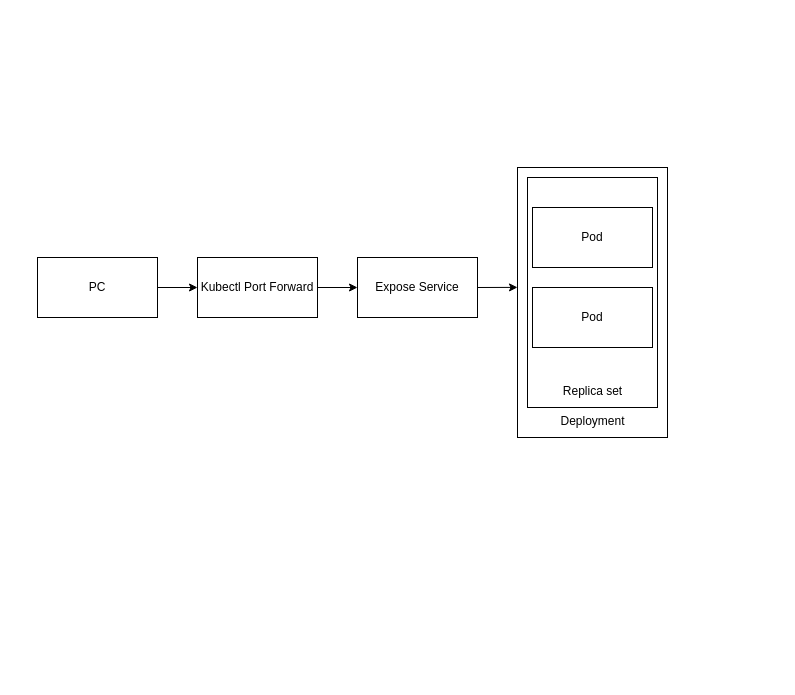
Krylovv/2022_2023-introduction_to_distributed_technologies-k4110c-krylov_a_e keeps this draw.io diagram as lab2/Диаграмма без названия.drawio. Above is the earlier version. Source tidied: cells renumbered, new cells numbered last; positions are measured from the earlier drawing's top-left corner, leaving out a move shared by most shapes. Both pictures are drawn from the tidied source at 100%, with x=0, y=0 at pixel (37, 167).
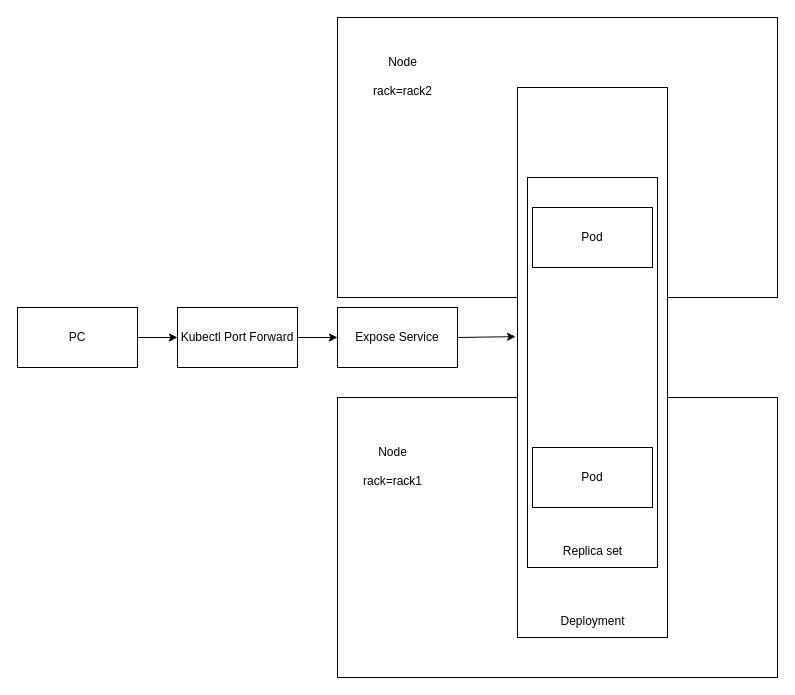
The same page after the edit.

What changed in the source:
```diff
@@
 <mxGraphModel>
   <root>
     <mxCell id="0" />
     <mxCell id="1" parent="0" />
+    <mxCell id="14" style="rounded=0;whiteSpace=wrap;html=1;" parent="1" vertex="1">
+      <mxGeometry x="300" y="-150" width="440" height="280" as="geometry" />
+    </mxCell>
+    <mxCell id="15" style="rounded=0;whiteSpace=wrap;html=1;" parent="1" vertex="1">
+      <mxGeometry x="300" y="230" width="440" height="280" as="geometry" />
+    </mxCell>
     <mxCell id="2" value="&lt;p style=&quot;line-height: 120%;&quot;&gt;&lt;br&gt;&lt;/p&gt;" style="rounded=0;whiteSpace=wrap;html=1;align=left;" parent="1" vertex="1">
-      <mxGeometry x="480" width="150" height="270" as="geometry" />
+      <mxGeometry x="480" y="-80" width="150" height="550" as="geometry" />
     </mxCell>
     <mxCell id="3" value="&lt;p&gt;&lt;font style=&quot;font-size: 12px; font-weight: normal;&quot;&gt;Deployment&lt;/font&gt;&lt;/p&gt;" style="text;strokeColor=none;fillColor=none;html=1;fontSize=24;fontStyle=1;verticalAlign=middle;align=center;" parent="1" vertex="1">
-      <mxGeometry x="505" y="230" width="100" height="40" as="geometry" />
+      <mxGeometry x="505" y="430" width="100" height="40" as="geometry" />
     </mxCell>
     <mxCell id="4" style="rounded=0;whiteSpace=wrap;html=1;fontSize=12;" parent="1" vertex="1">
-      <mxGeometry x="490" y="10" width="130" height="230" as="geometry" />
+      <mxGeometry x="490" y="10" width="130" height="390" as="geometry" />
     </mxCell>
     <mxCell id="5" value="&lt;span style=&quot;font-weight: normal;&quot;&gt;&lt;font style=&quot;font-size: 12px;&quot;&gt;Replica set&lt;/font&gt;&lt;/span&gt;" style="text;strokeColor=none;fillColor=none;html=1;fontSize=24;fontStyle=1;verticalAlign=middle;align=center;" parent="1" vertex="1">
-      <mxGeometry x="505" y="200" width="100" height="40" as="geometry" />
+      <mxGeometry x="505" y="360" width="100" height="40" as="geometry" />
     </mxCell>
     <mxCell id="6" value="Pod" style="rounded=0;whiteSpace=wrap;html=1;fontSize=12;" parent="1" vertex="1">
       <mxGeometry x="495" y="40" width="120" height="60" as="geometry" />
     </mxCell>
     <mxCell id="7" value="Pod" style="rounded=0;whiteSpace=wrap;html=1;fontSize=12;" parent="1" vertex="1">
-      <mxGeometry x="495" y="120" width="120" height="60" as="geometry" />
+      <mxGeometry x="495" y="280" width="120" height="60" as="geometry" />
     </mxCell>
     <mxCell id="8" value="Expose Service" style="rounded=0;whiteSpace=wrap;html=1;fontSize=12;" parent="1" vertex="1">
-      <mxGeometry x="320" y="90" width="120" height="60" as="geometry" />
+      <mxGeometry x="300" y="140" width="120" height="60" as="geometry" />
     </mxCell>
-    <mxCell id="9" style="endArrow=classic;html=1;rounded=0;fontSize=12;exitX=1;exitY=0.5;exitDx=0;exitDy=0;entryX=0;entryY=0.444;entryDx=0;entryDy=0;entryPerimeter=0;" parent="1" edge="1" source="8" target="2">
+    <mxCell id="9" style="endArrow=classic;html=1;rounded=0;fontSize=12;exitX=1;exitY=0.5;exitDx=0;exitDy=0;entryX=-0.013;entryY=0.453;entryDx=0;entryDy=0;entryPerimeter=0;" parent="1" edge="1" source="8" target="2">
       <mxGeometry relative="1" as="geometry" />
     </mxCell>
     <mxCell id="10" value="Kubectl Port Forward" style="rounded=0;whiteSpace=wrap;html=1;fontSize=12;" parent="1" vertex="1">
-      <mxGeometry x="160" y="90" width="120" height="60" as="geometry" />
+      <mxGeometry x="140" y="140" width="120" height="60" as="geometry" />
     </mxCell>
     <mxCell id="11" style="endArrow=classic;html=1;rounded=0;fontSize=12;exitX=1;exitY=0.5;exitDx=0;exitDy=0;entryX=0;entryY=0.5;entryDx=0;entryDy=0;" parent="1" edge="1" source="10" target="8">
       <mxGeometry relative="1" as="geometry" />
     </mxCell>
     <mxCell id="12" value="PC" style="rounded=0;whiteSpace=wrap;html=1;fontSize=12;" parent="1" vertex="1">
-      <mxGeometry y="90" width="120" height="60" as="geometry" />
+      <mxGeometry x="-20" y="140" width="120" height="60" as="geometry" />
     </mxCell>
     <mxCell id="13" style="endArrow=classic;html=1;rounded=0;fontSize=12;exitX=1;exitY=0.5;exitDx=0;exitDy=0;" parent="1" edge="1" source="12">
       <mxGeometry relative="1" as="geometry">
-        <mxPoint x="160" y="120" as="targetPoint" />
+        <mxPoint x="140" y="170" as="targetPoint" />
       </mxGeometry>
     </mxCell>
+    <mxCell id="16" value="&lt;font style=&quot;font-size: 12px; font-weight: normal;&quot;&gt;Node&lt;br&gt;rack=rack1&lt;/font&gt;" style="text;strokeColor=none;fillColor=none;html=1;fontSize=24;fontStyle=1;verticalAlign=middle;align=center;" parent="1" vertex="1">
+      <mxGeometry x="290" y="250" width="130" height="90" as="geometry" />
+    </mxCell>
+    <mxCell id="17" value="&lt;font style=&quot;font-size: 12px; font-weight: normal;&quot;&gt;Node&lt;br&gt;rack=rack2&lt;/font&gt;" style="text;strokeColor=none;fillColor=none;html=1;fontSize=24;fontStyle=1;verticalAlign=middle;align=center;" parent="1" vertex="1">
+      <mxGeometry x="300" y="-140" width="130" height="90" as="geometry" />
+    </mxCell>
   </root>
 </mxGraphModel>
```
